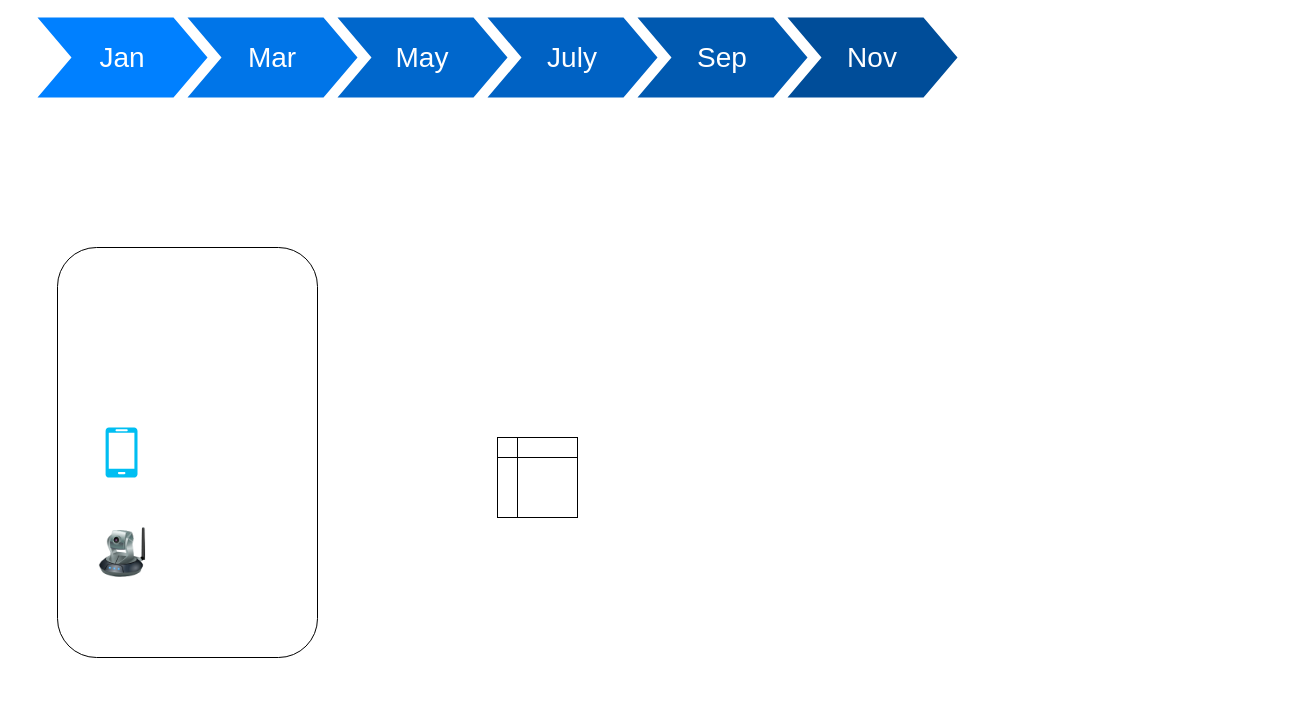
xiaopengs/Brainstorming keeps this draw.io diagram as LiveArt.drawio. Above is the earlier version. Source tidied: cells renumbered, new cells numbered last; positions are measured from the earlier drawing's top-left corner, leaving out a move shared by most shapes. Both pictures are drawn from the tidied source at 100%, with x=0, y=0 at pixel (37, 17).
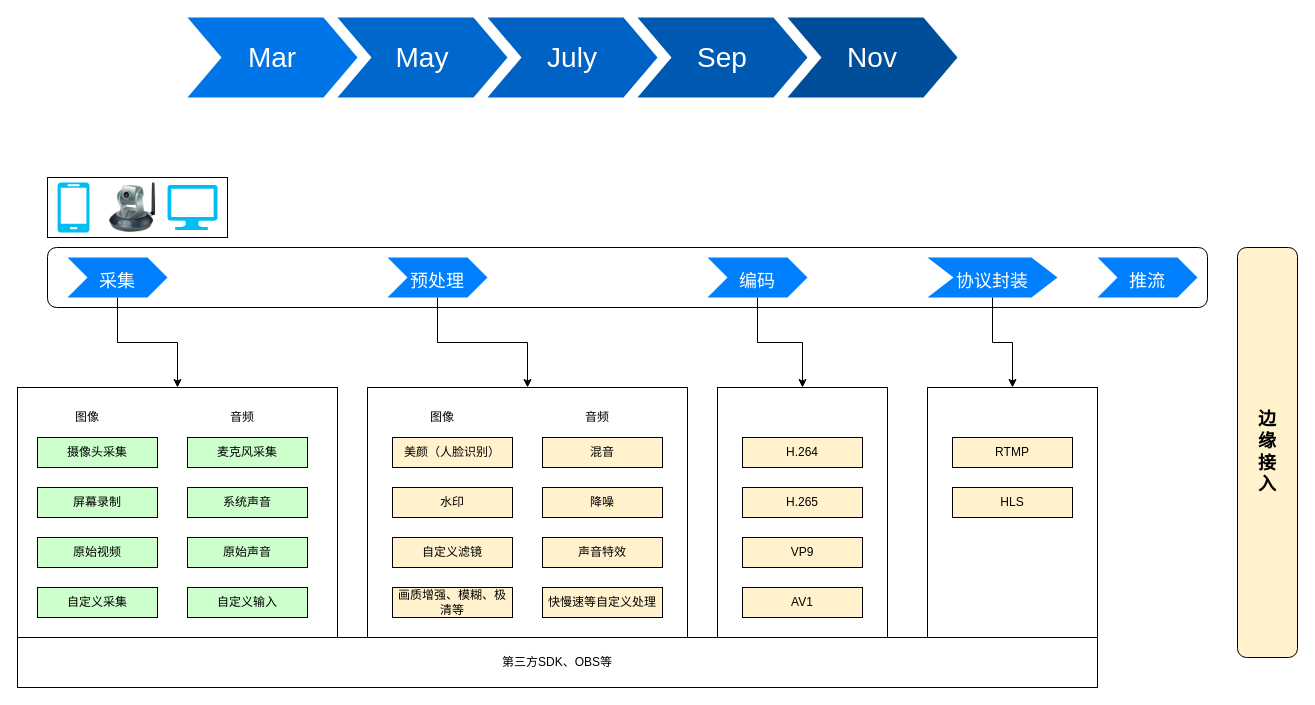
The same page after the edit.

Diff of the diagram source:
```diff
@@
-    <mxCell id="2" value="Jan" style="shape=step;whiteSpace=wrap;html=1;fontSize=28;fillColor=#0080FF;fontColor=#FFFFFF;strokeColor=none;" parent="1" vertex="1">
-      <mxGeometry width="170" height="80" as="geometry" />
-    </mxCell>
@@
     <mxCell id="8" style="rounded=1;whiteSpace=wrap;html=1;" parent="1" vertex="1">
-      <mxGeometry x="20" y="230" width="260" height="410" as="geometry" />
+      <mxGeometry x="10" y="230" width="1160" height="60" as="geometry" />
     </mxCell>
-    <mxCell id="9" style="shape=internalStorage;whiteSpace=wrap;html=1;backgroundOutline=1;" parent="1" vertex="1">
-      <mxGeometry x="460" y="420" width="80" height="80" as="geometry" />
-    </mxCell>
+    <mxCell id="12" style="edgeStyle=orthogonalEdgeStyle;rounded=0;jettySize=auto;html=1;exitX=0.5;exitY=1;exitDx=0;exitDy=0;entryX=0.5;entryY=0;entryDx=0;entryDy=0;" parent="1" edge="1" source="2" target="17">
+      <mxGeometry relative="1" as="geometry" />
+    </mxCell>
+    <mxCell id="2" value="&lt;font style=&quot;font-size: 18px&quot;&gt;采集&lt;/font&gt;" style="shape=step;whiteSpace=wrap;html=1;fontSize=28;fillColor=#0080FF;fontColor=#FFFFFF;strokeColor=none;" parent="1" vertex="1">
+      <mxGeometry x="30" y="240" width="100" height="40" as="geometry" />
+    </mxCell>
+    <mxCell id="13" style="edgeStyle=orthogonalEdgeStyle;rounded=0;jettySize=auto;html=1;exitX=0.5;exitY=1;exitDx=0;exitDy=0;entryX=0.5;entryY=0;entryDx=0;entryDy=0;" parent="1" edge="1" source="14" target="30">
+      <mxGeometry relative="1" as="geometry" />
+    </mxCell>
+    <mxCell id="14" value="&lt;font style=&quot;font-size: 18px&quot;&gt;预处理&lt;/font&gt;" style="shape=step;whiteSpace=wrap;html=1;fontSize=28;fillColor=#0080FF;fontColor=#FFFFFF;strokeColor=none;" parent="1" vertex="1">
+      <mxGeometry x="350" y="240" width="100" height="40" as="geometry" />
+    </mxCell>
+    <mxCell id="15" style="edgeStyle=orthogonalEdgeStyle;rounded=0;jettySize=auto;html=1;exitX=0.5;exitY=1;exitDx=0;exitDy=0;entryX=0.5;entryY=0;entryDx=0;entryDy=0;" parent="1" edge="1" source="16" target="41">
+      <mxGeometry relative="1" as="geometry" />
+    </mxCell>
+    <mxCell id="16" value="&lt;font style=&quot;font-size: 18px&quot;&gt;编码&lt;/font&gt;" style="shape=step;whiteSpace=wrap;html=1;fontSize=28;fillColor=#0080FF;fontColor=#FFFFFF;strokeColor=none;" parent="1" vertex="1">
+      <mxGeometry x="670" y="240" width="100" height="40" as="geometry" />
+    </mxCell>
+    <mxCell id="17" style="rounded=0;whiteSpace=wrap;html=1;" parent="1" vertex="1">
+      <mxGeometry x="-20" y="370" width="320" height="250" as="geometry" />
+    </mxCell>
+    <mxCell id="18" value="摄像头采集" style="rounded=0;whiteSpace=wrap;html=1;fillColor=#CCFFCC;" parent="1" vertex="1">
+      <mxGeometry y="420" width="120" height="30" as="geometry" />
+    </mxCell>
+    <mxCell id="19" value="屏幕录制" style="rounded=0;whiteSpace=wrap;html=1;fillColor=#CCFFCC;" parent="1" vertex="1">
+      <mxGeometry y="470" width="120" height="30" as="geometry" />
+    </mxCell>
+    <mxCell id="20" value="原始视频" style="rounded=0;whiteSpace=wrap;html=1;fillColor=#CCFFCC;" parent="1" vertex="1">
+      <mxGeometry y="520" width="120" height="30" as="geometry" />
+    </mxCell>
+    <mxCell id="21" value="自定义采集" style="rounded=0;whiteSpace=wrap;html=1;fillColor=#CCFFCC;" parent="1" vertex="1">
+      <mxGeometry y="570" width="120" height="30" as="geometry" />
+    </mxCell>
+    <mxCell id="22" value="图像" style="text;html=1;strokeColor=none;fillColor=none;align=center;verticalAlign=middle;whiteSpace=wrap;rounded=0;" parent="1" vertex="1">
+      <mxGeometry x="30" y="390" width="40" height="20" as="geometry" />
+    </mxCell>
+    <mxCell id="23" value="麦克风采集" style="rounded=0;whiteSpace=wrap;html=1;fillColor=#CCFFCC;" parent="1" vertex="1">
+      <mxGeometry x="150" y="420" width="120" height="30" as="geometry" />
+    </mxCell>
+    <mxCell id="24" value="系统声音" style="rounded=0;whiteSpace=wrap;html=1;fillColor=#CCFFCC;" parent="1" vertex="1">
+      <mxGeometry x="150" y="470" width="120" height="30" as="geometry" />
+    </mxCell>
+    <mxCell id="25" value="原始声音" style="rounded=0;whiteSpace=wrap;html=1;fillColor=#CCFFCC;" parent="1" vertex="1">
+      <mxGeometry x="150" y="520" width="120" height="30" as="geometry" />
+    </mxCell>
+    <mxCell id="26" value="自定义输入" style="rounded=0;whiteSpace=wrap;html=1;fillColor=#CCFFCC;" parent="1" vertex="1">
+      <mxGeometry x="150" y="570" width="120" height="30" as="geometry" />
+    </mxCell>
+    <mxCell id="27" value="音频" style="text;html=1;strokeColor=none;fillColor=none;align=center;verticalAlign=middle;whiteSpace=wrap;rounded=0;" parent="1" vertex="1">
+      <mxGeometry x="185" y="390" width="40" height="20" as="geometry" />
+    </mxCell>
+    <mxCell id="28" value="第三方SDK、OBS等" style="rounded=0;whiteSpace=wrap;html=1;" parent="1" vertex="1">
+      <mxGeometry x="-20" y="620" width="1080" height="50" as="geometry" />
+    </mxCell>
+    <mxCell id="29" style="group;" parent="1" vertex="1">
+      <mxGeometry x="330" y="370" width="320" height="250" as="geometry" />
+    </mxCell>
+    <mxCell id="30" style="rounded=0;whiteSpace=wrap;html=1;" parent="29" vertex="1">
+      <mxGeometry width="320" height="250" as="geometry" />
+    </mxCell>
+    <mxCell id="31" value="美颜（人脸识别）" style="rounded=0;whiteSpace=wrap;html=1;fillColor=#FFF2CC;" parent="29" vertex="1">
+      <mxGeometry x="25" y="50" width="120" height="30" as="geometry" />
+    </mxCell>
+    <mxCell id="32" value="水印" style="rounded=0;whiteSpace=wrap;html=1;fillColor=#FFF2CC;" parent="29" vertex="1">
+      <mxGeometry x="25" y="100" width="120" height="30" as="geometry" />
+    </mxCell>
+    <mxCell id="33" value="自定义滤镜" style="rounded=0;whiteSpace=wrap;html=1;fillColor=#FFF2CC;" parent="29" vertex="1">
+      <mxGeometry x="25" y="150" width="120" height="30" as="geometry" />
+    </mxCell>
+    <mxCell id="34" value="画质增强、模糊、极清等" style="rounded=0;whiteSpace=wrap;html=1;fillColor=#FFF2CC;" parent="29" vertex="1">
+      <mxGeometry x="25" y="200" width="120" height="30" as="geometry" />
+    </mxCell>
+    <mxCell id="35" value="图像" style="text;html=1;strokeColor=none;fillColor=none;align=center;verticalAlign=middle;whiteSpace=wrap;rounded=0;" parent="29" vertex="1">
+      <mxGeometry x="55" y="20" width="40" height="20" as="geometry" />
+    </mxCell>
+    <mxCell id="36" value="混音" style="rounded=0;whiteSpace=wrap;html=1;fillColor=#FFF2CC;" parent="29" vertex="1">
+      <mxGeometry x="175" y="50" width="120" height="30" as="geometry" />
+    </mxCell>
+    <mxCell id="37" value="降噪" style="rounded=0;whiteSpace=wrap;html=1;fillColor=#FFF2CC;" parent="29" vertex="1">
+      <mxGeometry x="175" y="100" width="120" height="30" as="geometry" />
+    </mxCell>
+    <mxCell id="38" value="声音特效" style="rounded=0;whiteSpace=wrap;html=1;fillColor=#FFF2CC;" parent="29" vertex="1">
+      <mxGeometry x="175" y="150" width="120" height="30" as="geometry" />
+    </mxCell>
+    <mxCell id="39" value="快慢速等自定义处理" style="rounded=0;whiteSpace=wrap;html=1;fillColor=#FFF2CC;" parent="29" vertex="1">
+      <mxGeometry x="175" y="200" width="120" height="30" as="geometry" />
+    </mxCell>
+    <mxCell id="40" value="音频" style="text;html=1;strokeColor=none;fillColor=none;align=center;verticalAlign=middle;whiteSpace=wrap;rounded=0;" parent="29" vertex="1">
+      <mxGeometry x="210" y="20" width="40" height="20" as="geometry" />
+    </mxCell>
+    <mxCell id="41" style="rounded=0;whiteSpace=wrap;html=1;" parent="1" vertex="1">
+      <mxGeometry x="680" y="370" width="170" height="250" as="geometry" />
+    </mxCell>
+    <mxCell id="42" value="H.264" style="rounded=0;whiteSpace=wrap;html=1;fillColor=#FFF2CC;" parent="1" vertex="1">
+      <mxGeometry x="705" y="420" width="120" height="30" as="geometry" />
+    </mxCell>
+    <mxCell id="43" value="H.265" style="rounded=0;whiteSpace=wrap;html=1;fillColor=#FFF2CC;" parent="1" vertex="1">
+      <mxGeometry x="705" y="470" width="120" height="30" as="geometry" />
+    </mxCell>
+    <mxCell id="44" value="VP9" style="rounded=0;whiteSpace=wrap;html=1;fillColor=#FFF2CC;" parent="1" vertex="1">
+      <mxGeometry x="705" y="520" width="120" height="30" as="geometry" />
+    </mxCell>
+    <mxCell id="45" value="AV1" style="rounded=0;whiteSpace=wrap;html=1;fillColor=#FFF2CC;" parent="1" vertex="1">
+      <mxGeometry x="705" y="570" width="120" height="30" as="geometry" />
+    </mxCell>
+    <mxCell id="46" style="group;" parent="1" vertex="1">
+      <mxGeometry x="10" y="160" width="180" height="60" as="geometry" />
+    </mxCell>
+    <mxCell id="47" style="rounded=0;whiteSpace=wrap;html=1;" parent="46" vertex="1">
+      <mxGeometry width="180" height="60" as="geometry" />
+    </mxCell>
-    <mxCell id="10" style="verticalLabelPosition=bottom;html=1;verticalAlign=top;align=center;strokeColor=none;fillColor=#00BEF2;shape=mxgraph.azure.mobile;" parent="1" vertex="1">
-      <mxGeometry x="68" y="410" width="32" height="50" as="geometry" />
+    <mxCell id="10" style="verticalLabelPosition=bottom;html=1;verticalAlign=top;align=center;strokeColor=none;fillColor=#00BEF2;shape=mxgraph.azure.mobile;" parent="46" vertex="1">
+      <mxGeometry x="10" y="5" width="32" height="50" as="geometry" />
     </mxCell>
-    <mxCell id="11" style="image;html=1;image=img/lib/clip_art/networking/Ip_Camera_128x128.png;" parent="1" vertex="1">
-      <mxGeometry x="55" y="510" width="60" height="50" as="geometry" />
+    <mxCell id="11" style="image;html=1;image=img/lib/clip_art/networking/Ip_Camera_128x128.png;" parent="46" vertex="1">
+      <mxGeometry x="60" y="5" width="50" height="50" as="geometry" />
     </mxCell>
+    <mxCell id="48" style="verticalLabelPosition=bottom;html=1;verticalAlign=top;align=center;strokeColor=none;fillColor=#00BEF2;shape=mxgraph.azure.computer;" parent="46" vertex="1">
+      <mxGeometry x="120" y="7.5" width="50" height="45" as="geometry" />
+    </mxCell>
+    <mxCell id="49" style="edgeStyle=orthogonalEdgeStyle;rounded=0;jettySize=auto;html=1;exitX=0.5;exitY=1;exitDx=0;exitDy=0;entryX=0.5;entryY=0;entryDx=0;entryDy=0;" parent="1" edge="1" source="50" target="51">
+      <mxGeometry relative="1" as="geometry" />
+    </mxCell>
+    <mxCell id="50" value="&lt;span style=&quot;font-size: 18px&quot;&gt;协议封装&lt;/span&gt;" style="shape=step;whiteSpace=wrap;html=1;fontSize=28;fillColor=#0080FF;fontColor=#FFFFFF;strokeColor=none;" parent="1" vertex="1">
+      <mxGeometry x="890" y="240" width="130" height="40" as="geometry" />
+    </mxCell>
+    <mxCell id="51" style="rounded=0;whiteSpace=wrap;html=1;" parent="1" vertex="1">
+      <mxGeometry x="890" y="370" width="170" height="250" as="geometry" />
+    </mxCell>
+    <mxCell id="52" value="RTMP" style="rounded=0;whiteSpace=wrap;html=1;fillColor=#FFF2CC;" parent="1" vertex="1">
+      <mxGeometry x="915" y="420" width="120" height="30" as="geometry" />
+    </mxCell>
+    <mxCell id="53" value="HLS" style="rounded=0;whiteSpace=wrap;html=1;fillColor=#FFF2CC;" parent="1" vertex="1">
+      <mxGeometry x="915" y="470" width="120" height="30" as="geometry" />
+    </mxCell>
+    <mxCell id="54" value="&lt;font style=&quot;font-size: 18px&quot;&gt;推流&lt;/font&gt;" style="shape=step;whiteSpace=wrap;html=1;fontSize=28;fillColor=#0080FF;fontColor=#FFFFFF;strokeColor=none;" parent="1" vertex="1">
+      <mxGeometry x="1060" y="240" width="100" height="40" as="geometry" />
+    </mxCell>
+    <mxCell id="55" value="&lt;h3&gt;&lt;font style=&quot;font-size: 18px&quot;&gt;边&lt;br&gt;&lt;/font&gt;&lt;font style=&quot;font-size: 18px&quot;&gt;缘&lt;br&gt;&lt;/font&gt;&lt;font style=&quot;font-size: 18px&quot;&gt;接&lt;br&gt;&lt;/font&gt;&lt;font style=&quot;font-size: 18px&quot;&gt;入&lt;/font&gt;&lt;/h3&gt;" style="rounded=1;whiteSpace=wrap;html=1;fillColor=#FFF2CC;" parent="1" vertex="1">
+      <mxGeometry x="1200" y="230" width="60" height="410" as="geometry" />
+    </mxCell>
```
